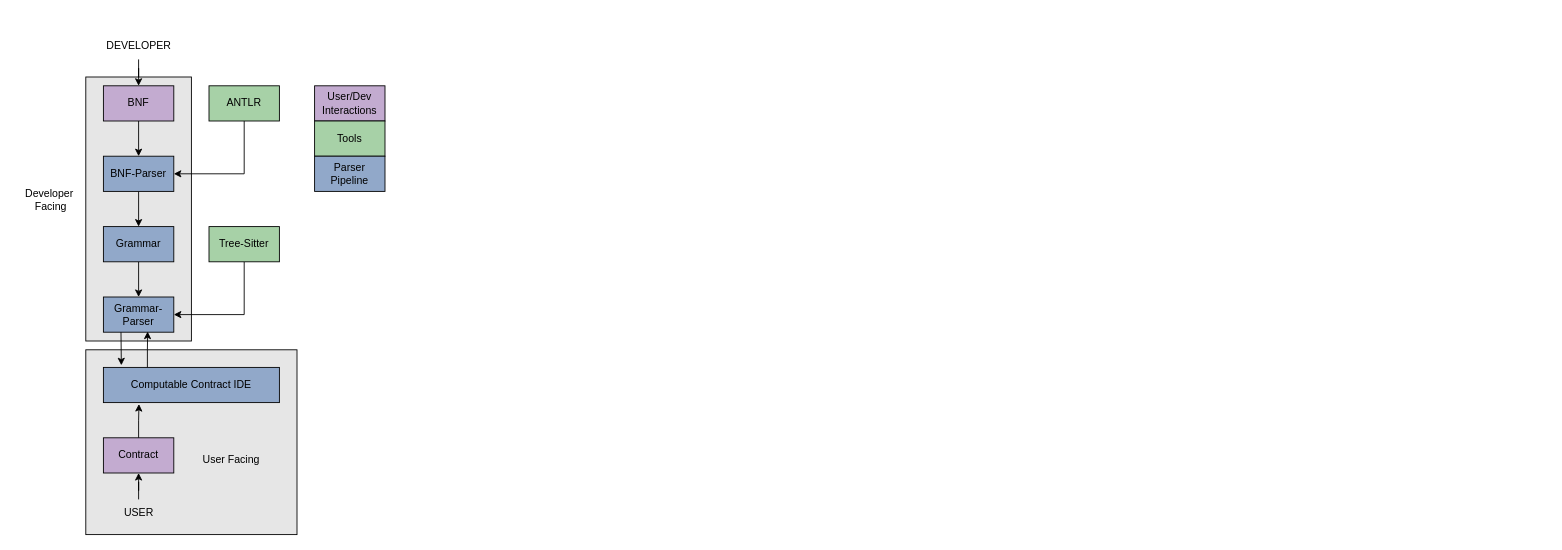
This is Final_Year_Project.drawio from 20tsange1/CC-IDE, a draw.io file, before an edit. Source tidied: cells renumbered, new cells numbered last; positions are measured from the earlier drawing's top-left corner, leaving out a move shared by most shapes. Both pictures are drawn from the tidied source at 88%, with x=0, y=0 at pixel (15, 33).
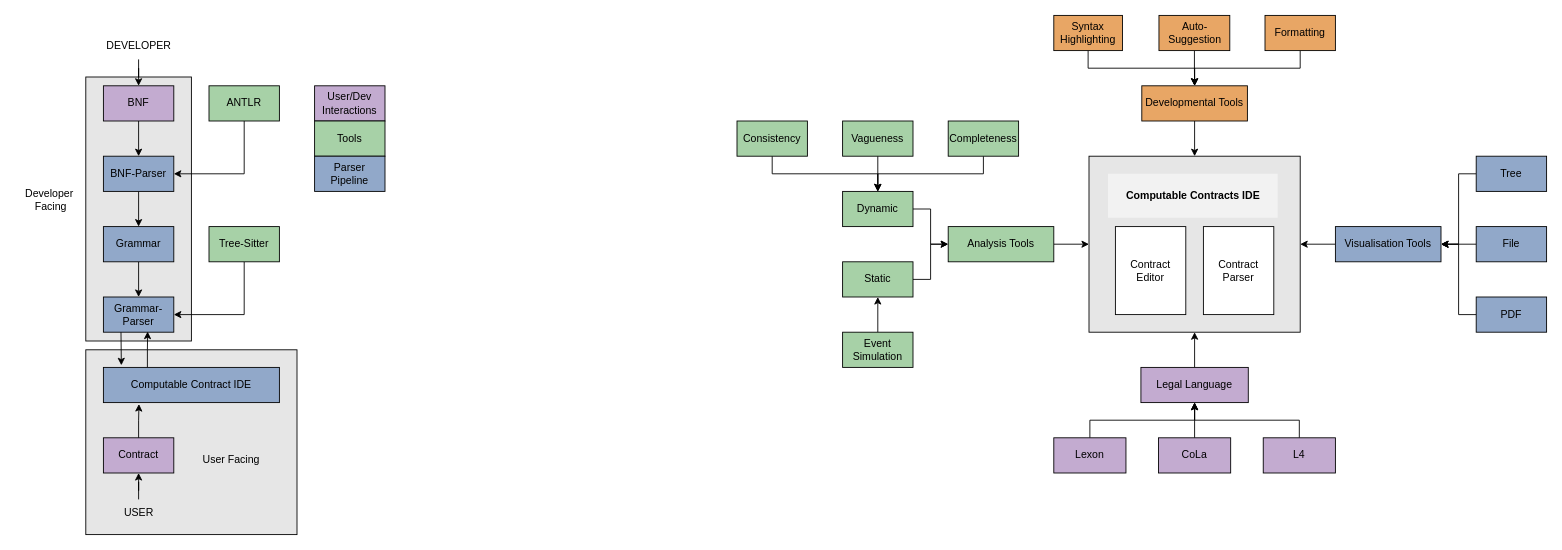
The same page after the edit.

What changed in the source:
```diff
@@
+    <mxCell id="29" style="rounded=0;whiteSpace=wrap;html=1;fillColor=#E6E6E6;" parent="1" vertex="1">
+      <mxGeometry x="1220" y="140" width="240" height="200" as="geometry" />
+    </mxCell>
@@
+    <mxCell id="30" style="edgeStyle=orthogonalEdgeStyle;rounded=0;jettySize=auto;html=1;entryX=0.5;entryY=1;entryDx=0;entryDy=0;" parent="1" edge="1" source="31" target="29">
+      <mxGeometry relative="1" as="geometry" />
+    </mxCell>
+    <mxCell id="31" value="&lt;font face=&quot;Avenir&quot;&gt;Legal Language&lt;/font&gt;" style="rounded=0;whiteSpace=wrap;html=1;fillColor=#C3ABD0;" parent="1" vertex="1">
+      <mxGeometry x="1279" y="380" width="122" height="40" as="geometry" />
+    </mxCell>
+    <mxCell id="32" style="edgeStyle=orthogonalEdgeStyle;rounded=0;jettySize=auto;html=1;entryX=0;entryY=0.5;entryDx=0;entryDy=0;" parent="1" edge="1" source="33" target="29">
+      <mxGeometry relative="1" as="geometry" />
+    </mxCell>
+    <mxCell id="33" value="&lt;font face=&quot;Avenir&quot;&gt;Analysis Tools&lt;/font&gt;" style="rounded=0;whiteSpace=wrap;html=1;fillColor=#A7D1A7;" parent="1" vertex="1">
+      <mxGeometry x="1060" y="220" width="120" height="40" as="geometry" />
+    </mxCell>
+    <mxCell id="34" style="edgeStyle=orthogonalEdgeStyle;rounded=0;jettySize=auto;html=1;entryX=1;entryY=0.5;entryDx=0;entryDy=0;" parent="1" edge="1" source="35" target="29">
+      <mxGeometry relative="1" as="geometry" />
+    </mxCell>
+    <mxCell id="35" value="&lt;font face=&quot;Avenir&quot;&gt;Visualisation Tools&lt;/font&gt;" style="rounded=0;whiteSpace=wrap;html=1;fillColor=#91A8C9;" parent="1" vertex="1">
+      <mxGeometry x="1500" y="220" width="120" height="40" as="geometry" />
+    </mxCell>
+    <mxCell id="36" value="&lt;font face=&quot;Avenir&quot;&gt;Computable Contracts IDE&lt;/font&gt;" style="text;html=1;align=center;verticalAlign=middle;whiteSpace=wrap;rounded=0;fontStyle=1;fillColor=#F2F2F2;" parent="1" vertex="1">
+      <mxGeometry x="1241.6" y="160" width="192.8" height="50" as="geometry" />
+    </mxCell>
+    <mxCell id="37" value="&lt;font face=&quot;Avenir&quot;&gt;Contract Editor&lt;/font&gt;" style="rounded=0;whiteSpace=wrap;html=1;fontStyle=0;" parent="1" vertex="1">
+      <mxGeometry x="1250" y="220" width="80" height="100" as="geometry" />
+    </mxCell>
+    <mxCell id="38" value="&lt;font face=&quot;Avenir&quot;&gt;Contract Parser&lt;/font&gt;" style="rounded=0;whiteSpace=wrap;html=1;fontStyle=0;" parent="1" vertex="1">
+      <mxGeometry x="1350" y="220" width="80" height="100" as="geometry" />
+    </mxCell>
+    <mxCell id="39" style="edgeStyle=orthogonalEdgeStyle;rounded=0;jettySize=auto;html=1;entryX=1;entryY=0.5;entryDx=0;entryDy=0;" parent="1" edge="1" source="40" target="35">
+      <mxGeometry relative="1" as="geometry" />
+    </mxCell>
+    <mxCell id="40" value="&lt;font face=&quot;Avenir&quot;&gt;Tree&lt;/font&gt;" style="rounded=0;whiteSpace=wrap;html=1;fillColor=#91A8C9;" parent="1" vertex="1">
+      <mxGeometry x="1660" y="140" width="80" height="40" as="geometry" />
+    </mxCell>
+    <mxCell id="41" style="edgeStyle=orthogonalEdgeStyle;rounded=0;jettySize=auto;html=1;exitX=0;exitY=0.5;exitDx=0;exitDy=0;" parent="1" edge="1" source="42">
+      <mxGeometry relative="1" as="geometry">
+        <mxPoint x="1620" y="240.2" as="targetPoint" />
+      </mxGeometry>
+    </mxCell>
+    <mxCell id="42" value="&lt;font face=&quot;Avenir&quot;&gt;File&lt;/font&gt;" style="rounded=0;whiteSpace=wrap;html=1;fillColor=#91A8C9;" parent="1" vertex="1">
+      <mxGeometry x="1660" y="220" width="80" height="40" as="geometry" />
+    </mxCell>
+    <mxCell id="43" style="edgeStyle=orthogonalEdgeStyle;rounded=0;jettySize=auto;html=1;exitX=0;exitY=0.5;exitDx=0;exitDy=0;entryX=1;entryY=0.5;entryDx=0;entryDy=0;" parent="1" edge="1" source="44" target="35">
+      <mxGeometry relative="1" as="geometry" />
+    </mxCell>
+    <mxCell id="44" value="&lt;font face=&quot;Avenir&quot;&gt;PDF&lt;/font&gt;" style="rounded=0;whiteSpace=wrap;html=1;fillColor=#91A8C9;" parent="1" vertex="1">
+      <mxGeometry x="1660" y="300" width="80" height="40" as="geometry" />
+    </mxCell>
+    <mxCell id="45" style="edgeStyle=orthogonalEdgeStyle;rounded=0;jettySize=auto;html=1;entryX=0;entryY=0.5;entryDx=0;entryDy=0;" parent="1" edge="1" source="46" target="33">
+      <mxGeometry relative="1" as="geometry" />
+    </mxCell>
+    <mxCell id="46" value="&lt;font face=&quot;Avenir&quot;&gt;Dynamic&lt;/font&gt;" style="rounded=0;whiteSpace=wrap;html=1;fillColor=#A7D1A7;" parent="1" vertex="1">
+      <mxGeometry x="940" y="180" width="80" height="40" as="geometry" />
+    </mxCell>
+    <mxCell id="47" style="edgeStyle=orthogonalEdgeStyle;rounded=0;jettySize=auto;html=1;entryX=0;entryY=0.5;entryDx=0;entryDy=0;" parent="1" edge="1" source="48" target="33">
+      <mxGeometry relative="1" as="geometry" />
+    </mxCell>
+    <mxCell id="48" value="&lt;font face=&quot;Avenir&quot;&gt;Static&lt;/font&gt;" style="rounded=0;whiteSpace=wrap;html=1;fillColor=#A7D1A7;" parent="1" vertex="1">
+      <mxGeometry x="940" y="260" width="80" height="40" as="geometry" />
+    </mxCell>
+    <mxCell id="49" style="edgeStyle=orthogonalEdgeStyle;rounded=0;jettySize=auto;html=1;entryX=0.5;entryY=0;entryDx=0;entryDy=0;exitX=0.5;exitY=1;exitDx=0;exitDy=0;" parent="1" edge="1" source="50" target="46">
+      <mxGeometry relative="1" as="geometry" />
+    </mxCell>
+    <mxCell id="50" value="&lt;font face=&quot;Avenir&quot;&gt;Consistency&lt;/font&gt;" style="rounded=0;whiteSpace=wrap;html=1;fillColor=#A7D1A7;" parent="1" vertex="1">
+      <mxGeometry x="820" y="100" width="80" height="40" as="geometry" />
+    </mxCell>
+    <mxCell id="51" style="edgeStyle=orthogonalEdgeStyle;rounded=0;jettySize=auto;html=1;" parent="1" edge="1" source="52">
+      <mxGeometry relative="1" as="geometry">
+        <mxPoint x="980" y="180" as="targetPoint" />
+      </mxGeometry>
+    </mxCell>
+    <mxCell id="52" value="&lt;font face=&quot;Avenir&quot;&gt;Vagueness&lt;/font&gt;" style="rounded=0;whiteSpace=wrap;html=1;fillColor=#A7D1A7;" parent="1" vertex="1">
+      <mxGeometry x="940" y="100" width="80" height="40" as="geometry" />
+    </mxCell>
+    <mxCell id="53" style="edgeStyle=orthogonalEdgeStyle;rounded=0;jettySize=auto;html=1;entryX=0.5;entryY=0;entryDx=0;entryDy=0;exitX=0.5;exitY=1;exitDx=0;exitDy=0;" parent="1" edge="1" source="54" target="46">
+      <mxGeometry relative="1" as="geometry" />
+    </mxCell>
+    <mxCell id="54" value="&lt;font face=&quot;Avenir&quot;&gt;Completeness&lt;/font&gt;" style="rounded=0;whiteSpace=wrap;html=1;fillColor=#A7D1A7;" parent="1" vertex="1">
+      <mxGeometry x="1060" y="100" width="80" height="40" as="geometry" />
+    </mxCell>
+    <mxCell id="55" style="edgeStyle=orthogonalEdgeStyle;rounded=0;jettySize=auto;html=1;entryX=0.5;entryY=1;entryDx=0;entryDy=0;" parent="1" edge="1" source="56" target="48">
+      <mxGeometry relative="1" as="geometry" />
+    </mxCell>
+    <mxCell id="56" value="&lt;font face=&quot;Avenir&quot;&gt;Event Simulation&lt;/font&gt;" style="rounded=0;whiteSpace=wrap;html=1;fillColor=#A7D1A7;" parent="1" vertex="1">
+      <mxGeometry x="940" y="340" width="80" height="40" as="geometry" />
+    </mxCell>
+    <mxCell id="57" style="edgeStyle=orthogonalEdgeStyle;rounded=0;jettySize=auto;html=1;exitX=0.5;exitY=0;exitDx=0;exitDy=0;entryX=0.5;entryY=1;entryDx=0;entryDy=0;" parent="1" edge="1" source="58" target="31">
+      <mxGeometry relative="1" as="geometry" />
+    </mxCell>
+    <mxCell id="58" value="&lt;font face=&quot;Avenir&quot;&gt;Lexon&lt;/font&gt;" style="rounded=0;whiteSpace=wrap;html=1;fillColor=#C3ABD0;" parent="1" vertex="1">
+      <mxGeometry x="1180" y="460" width="82" height="40" as="geometry" />
+    </mxCell>
+    <mxCell id="59" style="edgeStyle=orthogonalEdgeStyle;rounded=0;jettySize=auto;html=1;" parent="1" edge="1" source="60">
+      <mxGeometry relative="1" as="geometry">
+        <mxPoint x="1340" y="420" as="targetPoint" />
+      </mxGeometry>
+    </mxCell>
+    <mxCell id="60" value="&lt;font face=&quot;Avenir&quot;&gt;CoLa&lt;/font&gt;" style="rounded=0;whiteSpace=wrap;html=1;fillColor=#C3ABD0;" parent="1" vertex="1">
+      <mxGeometry x="1299" y="460" width="82" height="40" as="geometry" />
+    </mxCell>
+    <mxCell id="61" style="edgeStyle=orthogonalEdgeStyle;rounded=0;jettySize=auto;html=1;entryX=0.5;entryY=1;entryDx=0;entryDy=0;exitX=0.5;exitY=0;exitDx=0;exitDy=0;" parent="1" edge="1" source="62" target="31">
+      <mxGeometry relative="1" as="geometry" />
+    </mxCell>
+    <mxCell id="62" value="&lt;font face=&quot;Avenir&quot;&gt;L4&lt;/font&gt;" style="rounded=0;whiteSpace=wrap;html=1;fillColor=#C3ABD0;" parent="1" vertex="1">
+      <mxGeometry x="1418" y="460" width="82" height="40" as="geometry" />
+    </mxCell>
+    <mxCell id="63" style="edgeStyle=orthogonalEdgeStyle;rounded=0;jettySize=auto;html=1;entryX=0.5;entryY=0;entryDx=0;entryDy=0;" parent="1" edge="1" source="64" target="29">
+      <mxGeometry relative="1" as="geometry" />
+    </mxCell>
+    <mxCell id="64" value="&lt;font face=&quot;Avenir&quot;&gt;Developmental Tools&lt;/font&gt;" style="rounded=0;whiteSpace=wrap;html=1;fillColor=#E8A665;" parent="1" vertex="1">
+      <mxGeometry x="1280" y="60" width="120" height="40" as="geometry" />
+    </mxCell>
+    <mxCell id="65" style="edgeStyle=orthogonalEdgeStyle;rounded=0;jettySize=auto;html=1;entryX=0.5;entryY=0;entryDx=0;entryDy=0;exitX=0.5;exitY=1;exitDx=0;exitDy=0;" parent="1" edge="1" source="66" target="64">
+      <mxGeometry relative="1" as="geometry" />
+    </mxCell>
+    <mxCell id="66" value="&lt;font face=&quot;Avenir&quot;&gt;Syntax Highlighting&lt;/font&gt;" style="rounded=0;whiteSpace=wrap;html=1;fillColor=#E8A665;" parent="1" vertex="1">
+      <mxGeometry x="1180" y="-20" width="78" height="40" as="geometry" />
+    </mxCell>
+    <mxCell id="67" style="edgeStyle=orthogonalEdgeStyle;rounded=0;jettySize=auto;html=1;entryX=0.5;entryY=0;entryDx=0;entryDy=0;" parent="1" edge="1" source="68" target="64">
+      <mxGeometry relative="1" as="geometry" />
+    </mxCell>
+    <mxCell id="68" value="&lt;font face=&quot;Avenir&quot;&gt;Auto-Suggestion&lt;/font&gt;" style="rounded=0;whiteSpace=wrap;html=1;fillColor=#E8A665;" parent="1" vertex="1">
+      <mxGeometry x="1299.5" y="-20" width="80.5" height="40" as="geometry" />
+    </mxCell>
+    <mxCell id="69" style="edgeStyle=orthogonalEdgeStyle;rounded=0;jettySize=auto;html=1;entryX=0.5;entryY=0;entryDx=0;entryDy=0;exitX=0.5;exitY=1;exitDx=0;exitDy=0;" parent="1" edge="1" source="70" target="64">
+      <mxGeometry relative="1" as="geometry" />
+    </mxCell>
+    <mxCell id="70" value="&lt;font face=&quot;Avenir&quot;&gt;Formatting&lt;/font&gt;" style="rounded=0;whiteSpace=wrap;html=1;fillColor=#E8A665;" parent="1" vertex="1">
+      <mxGeometry x="1420" y="-20" width="80" height="40" as="geometry" />
+    </mxCell>
```
